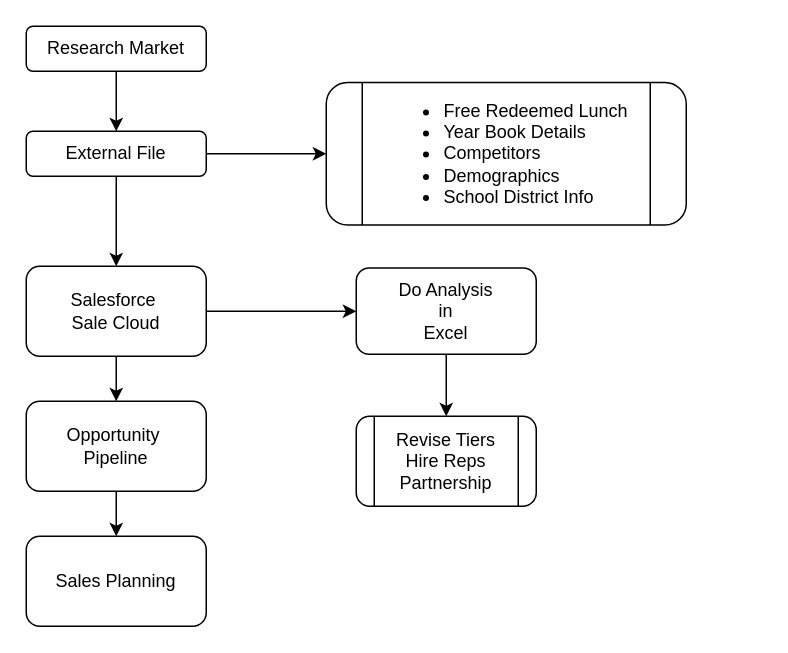
ai-next-zen/diagrams keeps this draw.io diagram as page "RM" (2 of 13) of 11.drawio. Above is the earlier version. Source tidied: cells renumbered, new cells numbered last; positions are measured from the earlier drawing's top-left corner, leaving out a move shared by most shapes. Both pictures are drawn from the tidied source at 150%, with x=0, y=0 at pixel (26, 26).
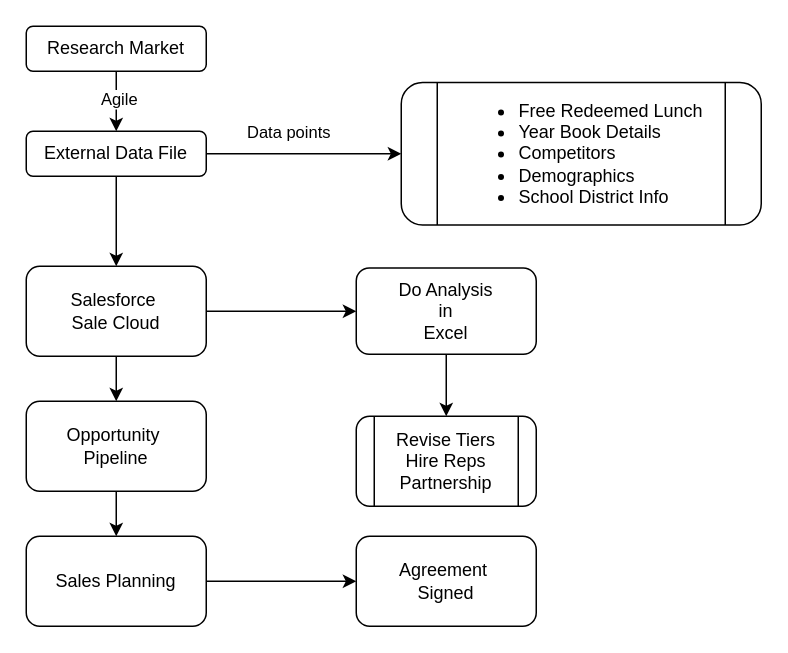
Above is the later version.

The change refers to these unchanged cells:
```xml
<mxCell id="2" style="edgeStyle=orthogonalEdgeStyle;rounded=0;jettySize=auto;html=1;entryX=0.5;entryY=0;entryDx=0;entryDy=0;" parent="1" edge="1" source="3" target="6">
  <mxGeometry relative="1" as="geometry" />
</mxCell>
<mxCell id="4" style="edgeStyle=orthogonalEdgeStyle;rounded=0;jettySize=auto;html=1;" parent="1" edge="1" source="6" target="7">
  <mxGeometry relative="1" as="geometry" />
</mxCell>
<mxCell id="16" value="&lt;div&gt;Sales Planning&lt;/div&gt;" style="whiteSpace=wrap;html=1;rounded=1;" parent="1" vertex="1">
  <mxGeometry y="340" width="120" height="60" as="geometry" />
</mxCell>
```

Change to the diagram source:
```diff
@@
+    <mxCell id="17" value="Agile" style="edgeLabel;html=1;align=center;verticalAlign=middle;" parent="2" vertex="1">
+      <mxGeometry x="-0.1" y="1" relative="1" as="geometry" />
+    </mxCell>
@@
+    <mxCell id="18" value="Data points" style="edgeLabel;html=1;align=center;verticalAlign=middle;" parent="4" vertex="1">
+      <mxGeometry x="-0.17" relative="1" as="geometry">
+        <mxPoint y="-15" as="offset" />
+      </mxGeometry>
+    </mxCell>
@@
-    <mxCell id="6" value="External File" style="rounded=1;whiteSpace=wrap;html=1;" parent="1" vertex="1">
+    <mxCell id="6" value="External Data File" style="rounded=1;whiteSpace=wrap;html=1;" parent="1" vertex="1">
       <mxGeometry y="70" width="120" height="30" as="geometry" />
     </mxCell>
     <mxCell id="7" value="&lt;ul&gt;&lt;li&gt;Free Redeemed Lunch&lt;/li&gt;&lt;li style=&quot;text-align: left;&quot;&gt;Year Book Details&lt;/li&gt;&lt;li style=&quot;text-align: left;&quot;&gt;&lt;span style=&quot;background-color: transparent; color: light-dark(rgb(0, 0, 0), rgb(255, 255, 255));&quot;&gt;Competitors&lt;/span&gt;&lt;/li&gt;&lt;li style=&quot;text-align: left;&quot;&gt;&lt;span style=&quot;background-color: transparent; color: light-dark(rgb(0, 0, 0), rgb(255, 255, 255));&quot;&gt;Demographics&lt;/span&gt;&lt;/li&gt;&lt;li style=&quot;text-align: left;&quot;&gt;&lt;span style=&quot;background-color: transparent; color: light-dark(rgb(0, 0, 0), rgb(255, 255, 255));&quot;&gt;School District Info&amp;nbsp;&lt;/span&gt;&lt;/li&gt;&lt;/ul&gt;" style="shape=process;whiteSpace=wrap;html=1;backgroundOutline=1;rounded=1;" parent="1" vertex="1">
-      <mxGeometry x="200" y="37.5" width="240" height="95" as="geometry" />
+      <mxGeometry x="250" y="37.5" width="240" height="95" as="geometry" />
     </mxCell>
@@
+    <mxCell id="19" style="edgeStyle=orthogonalEdgeStyle;rounded=0;jettySize=auto;html=1;" parent="1" edge="1" source="16" target="20">
+      <mxGeometry relative="1" as="geometry" />
+    </mxCell>
@@
+    <mxCell id="20" value="Agreement&amp;nbsp;&lt;div&gt;Signed&lt;/div&gt;" style="whiteSpace=wrap;html=1;rounded=1;" parent="1" vertex="1">
+      <mxGeometry x="220" y="340" width="120" height="60" as="geometry" />
+    </mxCell>
```
